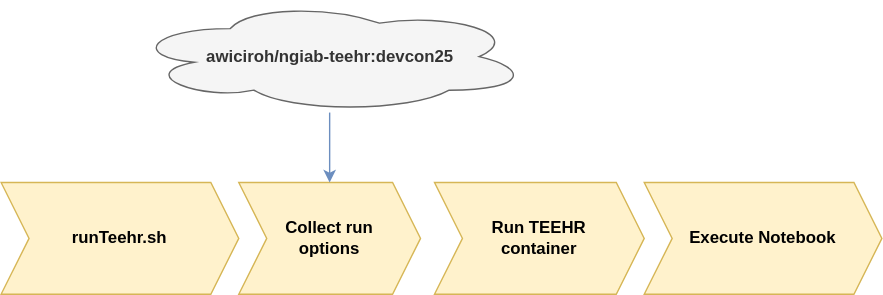
The draw.io diagram materials/images/runTeehr_overview.svg in RTIInternational/teehr-devcon25-workshop, before a commit. Source tidied: cells renumbered, new cells last; positions are measured from the earlier drawing's top-left corner, leaving out a move shared by most shapes.
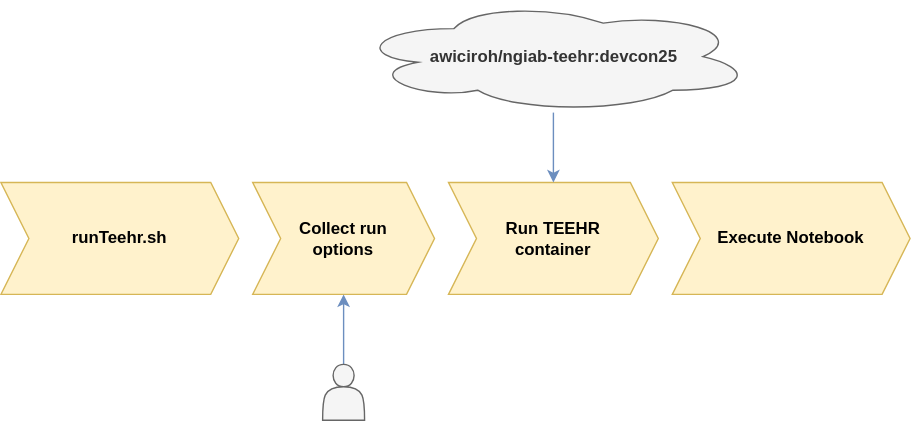
Later version of the same file.

Change to the diagram source:
```diff
@@ -3,7 +3,7 @@
     <mxCell id="0" />
     <mxCell id="1" parent="0" />
     <mxCell id="2" value="&lt;b&gt;runTeehr.sh&lt;/b&gt;" style="shape=step;perimeter=stepPerimeter;whiteSpace=wrap;html=1;fixedSize=1;fillColor=#fff2cc;strokeColor=#d6b656;" parent="1" vertex="1">
-      <mxGeometry y="130" width="170" height="80" as="geometry" />
+      <mxGeometry x="-10" y="130" width="170" height="80" as="geometry" />
     </mxCell>
     <mxCell id="3" value="&lt;b&gt;Collect run&lt;/b&gt;&lt;div&gt;&lt;b&gt;options&lt;/b&gt;&lt;/div&gt;" style="shape=step;perimeter=stepPerimeter;whiteSpace=wrap;html=1;fixedSize=1;fillColor=#fff2cc;strokeColor=#d6b656;" parent="1" vertex="1">
       <mxGeometry x="170" y="130" width="130" height="80" as="geometry" />
@@ -12,13 +12,19 @@
       <mxGeometry x="310" y="130" width="150" height="80" as="geometry" />
     </mxCell>
     <mxCell id="5" value="&lt;b&gt;Execute Notebook&lt;/b&gt;" style="shape=step;perimeter=stepPerimeter;whiteSpace=wrap;html=1;fixedSize=1;fillColor=#fff2cc;strokeColor=#d6b656;" parent="1" vertex="1">
-      <mxGeometry x="460" y="130" width="170" height="80" as="geometry" />
+      <mxGeometry x="470" y="130" width="170" height="80" as="geometry" />
     </mxCell>
-    <mxCell id="6" style="edgeStyle=orthogonalEdgeStyle;rounded=0;jettySize=auto;html=1;entryX=0.5;entryY=0;entryDx=0;entryDy=0;fillColor=#dae8fc;strokeColor=#6c8ebf;" parent="1" edge="1" source="7" target="3">
+    <mxCell id="6" style="edgeStyle=orthogonalEdgeStyle;rounded=0;jettySize=auto;html=1;entryX=0.5;entryY=0;entryDx=0;entryDy=0;fillColor=#dae8fc;strokeColor=#6c8ebf;" parent="1" edge="1" source="7" target="4">
       <mxGeometry relative="1" as="geometry" />
     </mxCell>
     <mxCell id="7" value="&lt;b style=&quot;color: rgb(51, 51, 51);&quot;&gt;awiciroh/ngiab-teehr:devcon25&lt;/b&gt;" style="ellipse;shape=cloud;whiteSpace=wrap;html=1;fillColor=#f5f5f5;fontColor=#333333;strokeColor=#666666;" parent="1" vertex="1">
-      <mxGeometry x="92.5" width="285" height="80" as="geometry" />
+      <mxGeometry x="242.5" width="285" height="80" as="geometry" />
     </mxCell>
+    <mxCell id="8" style="edgeStyle=orthogonalEdgeStyle;rounded=0;jettySize=auto;html=1;entryX=0.5;entryY=1;entryDx=0;entryDy=0;fillColor=#dae8fc;strokeColor=#6c8ebf;" parent="1" edge="1" source="9" target="3">
+      <mxGeometry relative="1" as="geometry" />
+    </mxCell>
+    <mxCell id="9" style="shape=actor;whiteSpace=wrap;html=1;fillColor=#f5f5f5;fontColor=#333333;strokeColor=#666666;" parent="1" vertex="1">
+      <mxGeometry x="220" y="260" width="30" height="40" as="geometry" />
+    </mxCell>
   </root>
 </mxGraphModel>
```
